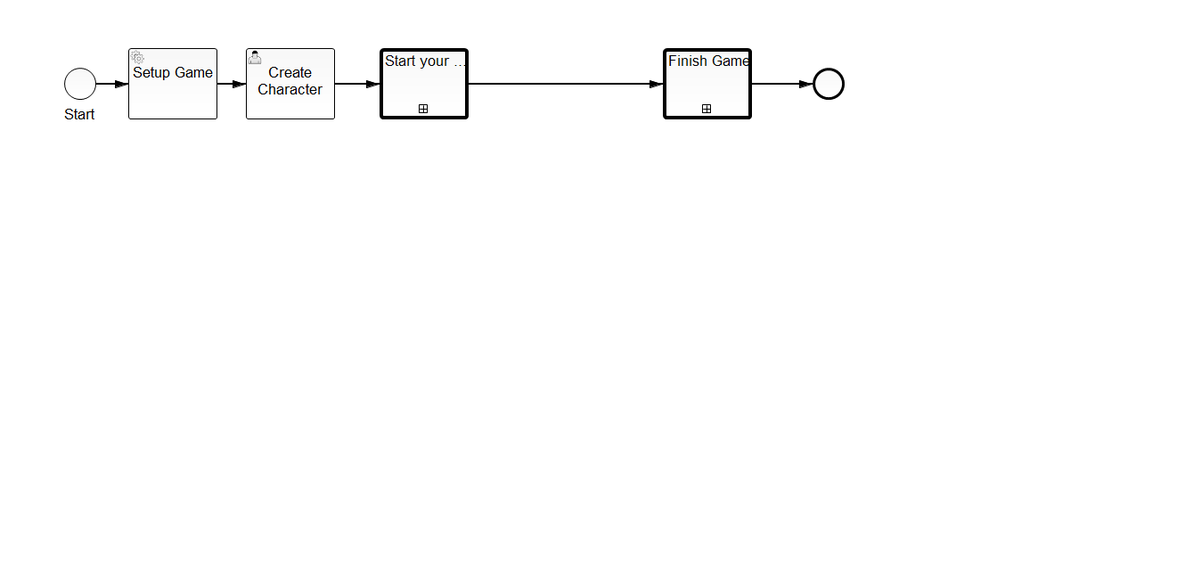
Above: src/main/resources/ceo.png in NPDeehan/bpmn-quest (BPMN), before the change. Its source is kept beside it as src/main/resources/ceo.bpmn. Ids are renumbered.
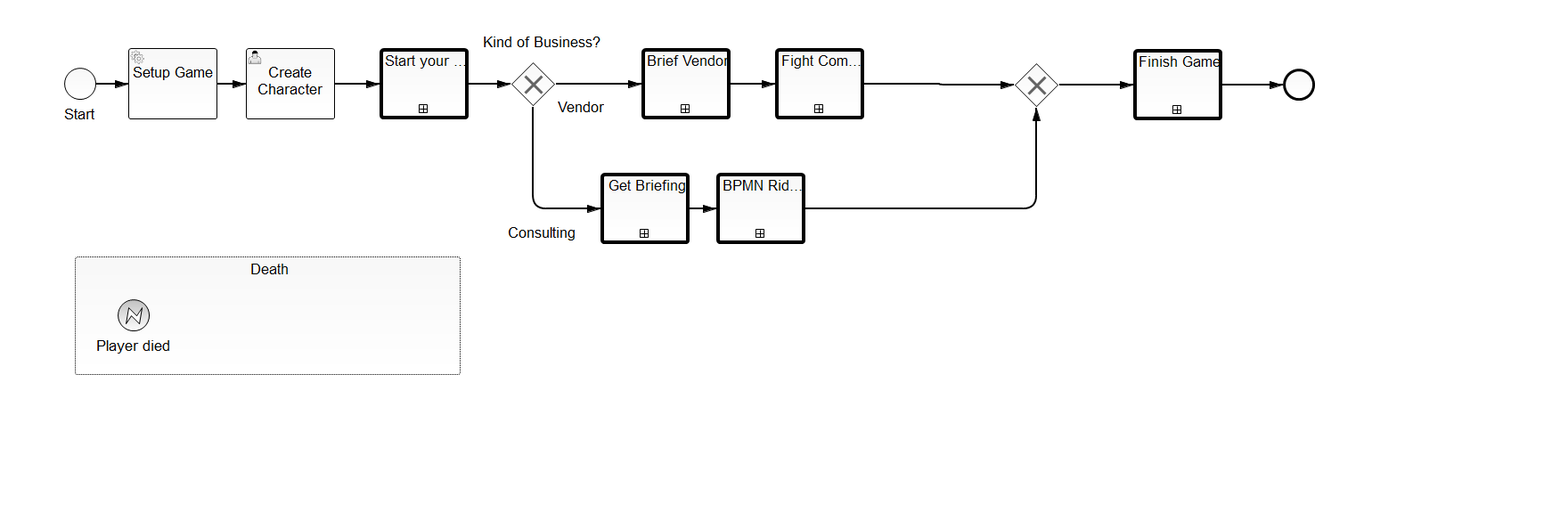
After the change.

The edit, as a diff of the source:
```diff
@@ -66,22 +66,10 @@
     <bpmn2:exclusiveGateway id="ExclusiveGateway_2">
       <bpmn2:incoming>SequenceFlow_10</bpmn2:incoming>
       <bpmn2:incoming>SequenceFlow_12</bpmn2:incoming>
-      <bpmn2:outgoing>SequenceFlow_9</bpmn2:outgoing>
+      <bpmn2:outgoing>SequenceFlow_15</bpmn2:outgoing>
     </bpmn2:exclusiveGateway>
-    <bpmn2:sequenceFlow id="SequenceFlow_9" name="" sourceRef="ExclusiveGateway_2" targetRef="CallActivity_2"/>
-    <bpmn2:callActivity id="CallActivity_2" name="Finish Game" calledElement="storyItem">
-      <bpmn2:extensionElements>
-        <camunda:in businessKey="#{execution.processBusinessKey}"/>
-        <camunda:in source="playerCharacter" target="playerCharacter"/>
-        <camunda:in sourceExpression="Goodbye" target="storyTitle"/>
-        <camunda:in sourceExpression="Thank you for your time - was great fun heh?" target="storyText"/>
-      </bpmn2:extensionElements>
-      <bpmn2:incoming>SequenceFlow_9</bpmn2:incoming>
-      <bpmn2:outgoing>SequenceFlow_5</bpmn2:outgoing>
-    </bpmn2:callActivity>
-    <bpmn2:sequenceFlow id="SequenceFlow_5" name="" sourceRef="CallActivity_2" targetRef="EndEvent_1"/>
     <bpmn2:endEvent id="EndEvent_1">
-      <bpmn2:incoming>SequenceFlow_5</bpmn2:incoming>
+      <bpmn2:incoming>SequenceFlow_16</bpmn2:incoming>
     </bpmn2:endEvent>
     <bpmn2:callActivity id="CallActivity_5" name="Brief Vendor" calledElement="storyItem">
       <bpmn2:extensionElements>
@@ -106,7 +94,39 @@
     </bpmn2:callActivity>
     <bpmn2:sequenceFlow id="SequenceFlow_11" name="" sourceRef="CallActivity_5" targetRef="CallActivity_6"/>
     <bpmn2:sequenceFlow id="SequenceFlow_12" name="" sourceRef="CallActivity_6" targetRef="ExclusiveGateway_2"/>
+    <bpmn2:subProcess id="SubProcess_1" name="Death" triggeredByEvent="true">
+      <bpmn2:startEvent id="StartEvent_2" name="Player died">
+        <bpmn2:outgoing>SequenceFlow_13</bpmn2:outgoing>
+        <bpmn2:errorEventDefinition id="_ErrorEventDefinition_5" errorRef="Error_1"/>
+      </bpmn2:startEvent>
+      <bpmn2:sequenceFlow id="SequenceFlow_13" name="" sourceRef="StartEvent_2" targetRef="CallActivity_7"/>
+      <bpmn2:callActivity id="CallActivity_7" name="End Game" calledElement="end">
+        <bpmn2:extensionElements>
+          <camunda:in businessKey="#{execution.processBusinessKey}"/>
+          <camunda:in source="playerCharacter" target="playerCharacter"/>
+          <camunda:in sourceExpression="died" target="end"/>
+        </bpmn2:extensionElements>
+        <bpmn2:incoming>SequenceFlow_13</bpmn2:incoming>
+        <bpmn2:outgoing>SequenceFlow_14</bpmn2:outgoing>
+      </bpmn2:callActivity>
+      <bpmn2:sequenceFlow id="SequenceFlow_14" name="" sourceRef="CallActivity_7" targetRef="EndEvent_2"/>
+      <bpmn2:endEvent id="EndEvent_2">
+        <bpmn2:incoming>SequenceFlow_14</bpmn2:incoming>
+      </bpmn2:endEvent>
+    </bpmn2:subProcess>
+    <bpmn2:callActivity id="CallActivity_8" name="End Game" calledElement="end">
+      <bpmn2:extensionElements>
+        <camunda:in businessKey="#{execution.processBusinessKey}"/>
+        <camunda:in source="playerCharacter" target="playerCharacter"/>
+        <camunda:in sourceExpression="won" target="end"/>
+      </bpmn2:extensionElements>
+      <bpmn2:incoming>SequenceFlow_15</bpmn2:incoming>
+      <bpmn2:outgoing>SequenceFlow_16</bpmn2:outgoing>
+    </bpmn2:callActivity>
+    <bpmn2:sequenceFlow id="SequenceFlow_15" name="" sourceRef="ExclusiveGateway_2" targetRef="CallActivity_8"/>
+    <bpmn2:sequenceFlow id="SequenceFlow_16" name="" sourceRef="CallActivity_8" targetRef="EndEvent_1"/>
   </bpmn2:process>
+  <bpmn2:error id="Error_1" errorCode="playerDied" name="Player died"/>
   <bpmndi:BPMNDiagram id="BPMNDiagram_1">
     <bpmndi:BPMNPlane id="BPMNPlane_1" bpmnElement="ceo">
       <bpmndi:BPMNShape id="_BPMNShape_StartEvent_7" bpmnElement="StartEvent_1">
@@ -155,16 +175,6 @@
           <dc:Bounds height="6.0" width="6.0" x="548.0" y="94.0"/>
         </bpmndi:BPMNLabel>
       </bpmndi:BPMNEdge>
-      <bpmndi:BPMNShape id="_BPMNShape_CallActivity_8" bpmnElement="CallActivity_2">
-        <dc:Bounds height="80.0" width="100.0" x="1272.0" y="55.0"/>
-      </bpmndi:BPMNShape>
-      <bpmndi:BPMNEdge id="BPMNEdge_SequenceFlow_5" bpmnElement="SequenceFlow_5" sourceElement="_BPMNShape_CallActivity_8" targetElement="_BPMNShape_EndEvent_38">
-        <di:waypoint xsi:type="dc:Point" x="1372.0" y="95.0"/>
-        <di:waypoint xsi:type="dc:Point" x="1440.0" y="95.0"/>
-        <bpmndi:BPMNLabel>
-          <dc:Bounds height="6.0" width="6.0" x="1598.0" y="112.0"/>
-        </bpmndi:BPMNLabel>
-      </bpmndi:BPMNEdge>
       <bpmndi:BPMNShape id="_BPMNShape_ExclusiveGateway_10" bpmnElement="ExclusiveGateway_1" isMarkerVisible="true">
         <dc:Bounds height="50.0" width="50.0" x="573.0" y="69.0"/>
         <bpmndi:BPMNLabel>
@@ -205,13 +215,6 @@
           <dc:Bounds height="0.0" width="0.0" x="1163.0" y="125.0"/>
         </bpmndi:BPMNLabel>
       </bpmndi:BPMNShape>
-      <bpmndi:BPMNEdge id="BPMNEdge_SequenceFlow_9" bpmnElement="SequenceFlow_9" sourceElement="_BPMNShape_ExclusiveGateway_11" targetElement="_BPMNShape_CallActivity_8">
-        <di:waypoint xsi:type="dc:Point" x="1188.0" y="95.0"/>
-        <di:waypoint xsi:type="dc:Point" x="1272.0" y="95.0"/>
-        <bpmndi:BPMNLabel>
-          <dc:Bounds height="6.0" width="6.0" x="1227.0" y="96.0"/>
-        </bpmndi:BPMNLabel>
-      </bpmndi:BPMNEdge>
       <bpmndi:BPMNEdge id="BPMNEdge_SequenceFlow_10" bpmnElement="SequenceFlow_10" sourceElement="_BPMNShape_CallActivity_9" targetElement="_BPMNShape_ExclusiveGateway_11">
         <di:waypoint xsi:type="dc:Point" x="904.0" y="234.0"/>
         <di:waypoint xsi:type="dc:Point" x="943.0" y="234.0"/>
@@ -237,6 +240,49 @@
         <di:waypoint xsi:type="dc:Point" x="1054.0" y="95.0"/>
         <di:waypoint xsi:type="dc:Point" x="1138.0" y="95.0"/>
       </bpmndi:BPMNEdge>
+      <bpmndi:BPMNShape id="_BPMNShape_SubProcess_3" bpmnElement="SubProcess_1" isExpanded="true">
+        <dc:Bounds height="157.0" width="447.0" x="70.0" y="264.0"/>
+      </bpmndi:BPMNShape>
+      <bpmndi:BPMNShape id="_BPMNShape_StartEvent_9" bpmnElement="StartEvent_2">
+        <dc:Bounds height="36.0" width="36.0" x="132.0" y="336.0"/>
+        <bpmndi:BPMNLabel>
+          <dc:Bounds height="25.0" width="89.0" x="106.0" y="377.0"/>
+        </bpmndi:BPMNLabel>
+      </bpmndi:BPMNShape>
+      <bpmndi:BPMNShape id="_BPMNShape_CallActivity_14" bpmnElement="CallActivity_7">
+        <dc:Bounds height="80.0" width="100.0" x="218.0" y="314.0"/>
+      </bpmndi:BPMNShape>
+      <bpmndi:BPMNEdge id="BPMNEdge_SequenceFlow_13" bpmnElement="SequenceFlow_13" sourceElement="_BPMNShape_StartEvent_9" targetElement="_BPMNShape_CallActivity_14">
+        <di:waypoint xsi:type="dc:Point" x="168.0" y="354.0"/>
+        <di:waypoint xsi:type="dc:Point" x="218.0" y="354.0"/>
+        <bpmndi:BPMNLabel>
+          <dc:Bounds height="6.0" width="6.0" x="190.0" y="354.0"/>
+        </bpmndi:BPMNLabel>
+      </bpmndi:BPMNEdge>
+      <bpmndi:BPMNShape id="_BPMNShape_EndEvent_41" bpmnElement="EndEvent_2">
+        <dc:Bounds height="36.0" width="36.0" x="368.0" y="336.0"/>
+        <bpmndi:BPMNLabel>
+          <dc:Bounds height="0.0" width="0.0" x="386.0" y="377.0"/>
+        </bpmndi:BPMNLabel>
+      </bpmndi:BPMNShape>
+      <bpmndi:BPMNEdge id="BPMNEdge_SequenceFlow_14" bpmnElement="SequenceFlow_14" sourceElement="_BPMNShape_CallActivity_14" targetElement="_BPMNShape_EndEvent_41">
+        <di:waypoint xsi:type="dc:Point" x="318.0" y="354.0"/>
+        <di:waypoint xsi:type="dc:Point" x="368.0" y="354.0"/>
+        <bpmndi:BPMNLabel>
+          <dc:Bounds height="6.0" width="6.0" x="340.0" y="354.0"/>
+        </bpmndi:BPMNLabel>
+      </bpmndi:BPMNEdge>
+      <bpmndi:BPMNShape id="_BPMNShape_CallActivity_15" bpmnElement="CallActivity_8">
+        <dc:Bounds height="80.0" width="100.0" x="1238.0" y="55.0"/>
+      </bpmndi:BPMNShape>
+      <bpmndi:BPMNEdge id="BPMNEdge_SequenceFlow_15" bpmnElement="SequenceFlow_15" sourceElement="_BPMNShape_ExclusiveGateway_11" targetElement="_BPMNShape_CallActivity_15">
+        <di:waypoint xsi:type="dc:Point" x="1188.0" y="95.0"/>
+        <di:waypoint xsi:type="dc:Point" x="1238.0" y="95.0"/>
+      </bpmndi:BPMNEdge>
+      <bpmndi:BPMNEdge id="BPMNEdge_SequenceFlow_16" bpmnElement="SequenceFlow_16" sourceElement="_BPMNShape_CallActivity_15" targetElement="_BPMNShape_EndEvent_38">
+        <di:waypoint xsi:type="dc:Point" x="1338.0" y="95.0"/>
+        <di:waypoint xsi:type="dc:Point" x="1440.0" y="95.0"/>
+      </bpmndi:BPMNEdge>
     </bpmndi:BPMNPlane>
   </bpmndi:BPMNDiagram>
 </bpmn2:definitions>
```
